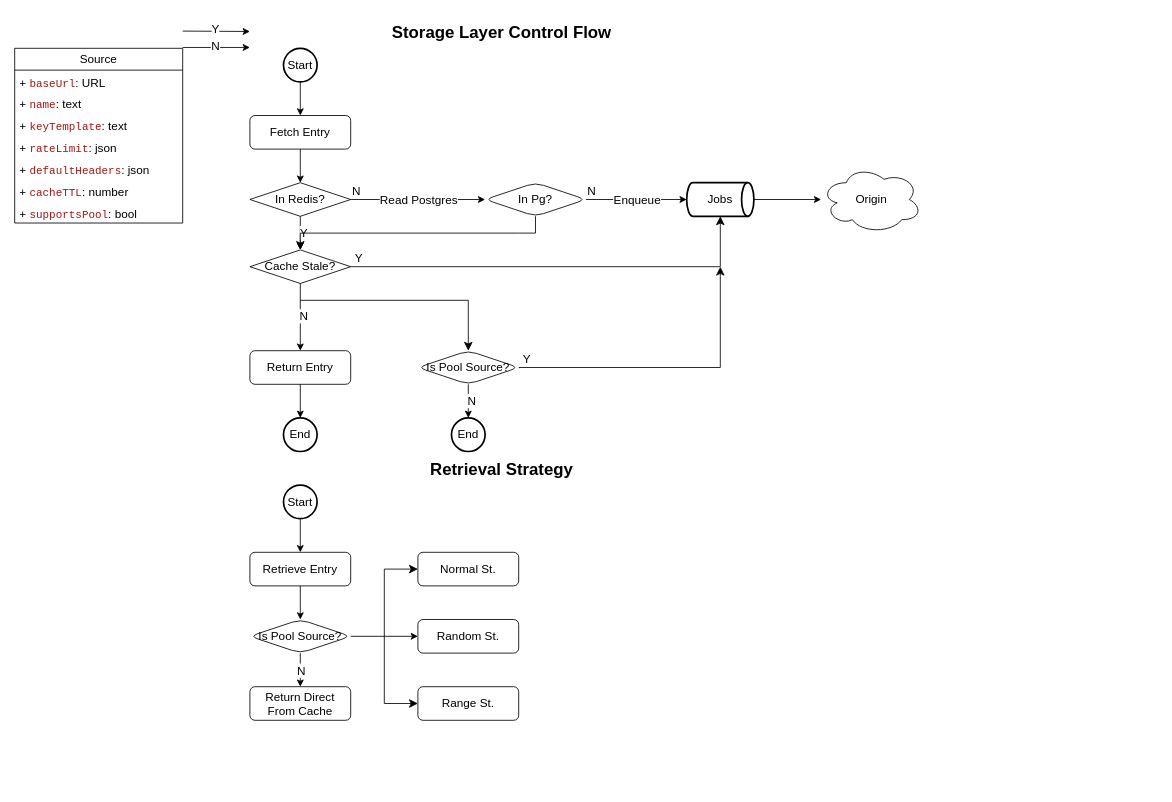
Earlier version of the draw.io diagram page "Storage Layer" (4 of 5) of docs/buffetd.drawio (Buffetd/buffetd). Source tidied: cells renumbered, new cells numbered last; positions are measured from the earlier drawing's top-left corner, leaving out a move shared by most shapes. Both pictures are drawn from the tidied source at 84%, with x=0, y=0 at pixel (14, 14).
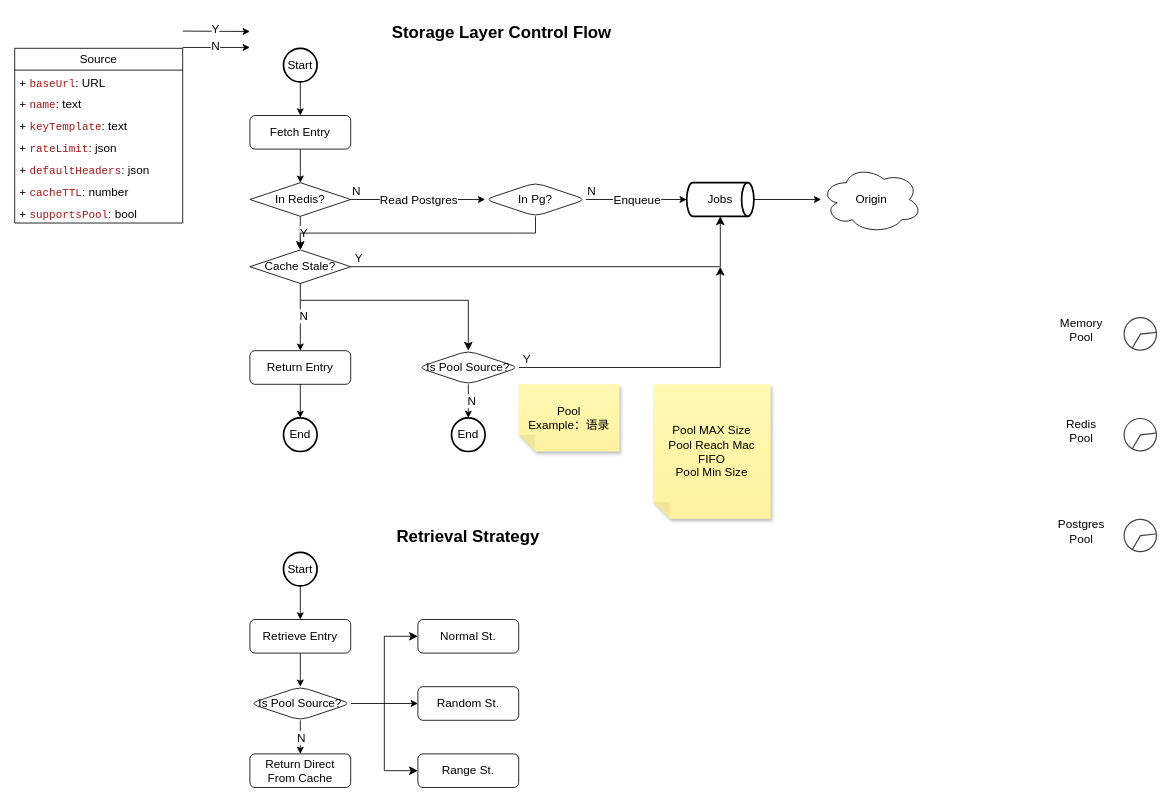
Above is the later version.

Change to the diagram source:
```diff
@@
     <mxCell id="49" value="Start" style="strokeWidth=2;html=1;shape=mxgraph.flowchart.start_1;whiteSpace=wrap;fontFamily=Helvetica;fontSize=14;fontColor=default;labelBackgroundColor=default;" parent="1" vertex="1">
-      <mxGeometry x="320" y="560" width="40" height="40" as="geometry" />
+      <mxGeometry x="320" y="640" width="40" height="40" as="geometry" />
     </mxCell>
@@
     <mxCell id="51" value="Retrieve Entry" style="rounded=1;whiteSpace=wrap;html=1;fontSize=14;" parent="1" vertex="1">
-      <mxGeometry x="280" y="640" width="120" height="40" as="geometry" />
+      <mxGeometry x="280" y="720" width="120" height="40" as="geometry" />
     </mxCell>
     <mxCell id="52" value="Is Pool Source?" style="rhombus;whiteSpace=wrap;html=1;fontSize=14;rounded=1;" parent="1" vertex="1">
-      <mxGeometry x="280" y="720" width="120" height="40" as="geometry" />
+      <mxGeometry x="280" y="800" width="120" height="40" as="geometry" />
     </mxCell>
     <mxCell id="53" style="endArrow=classic;html=1;fontSize=14;exitX=0.5;exitY=1;exitDx=0;exitDy=0;" parent="1" edge="1" source="52">
       <mxGeometry relative="1" as="geometry">
-        <mxPoint x="340" y="800" as="targetPoint" />
+        <mxPoint x="340" y="880" as="targetPoint" />
       </mxGeometry>
     </mxCell>
@@
     <mxCell id="55" value="Return Direct From Cache" style="rounded=1;whiteSpace=wrap;html=1;fontSize=14;" parent="1" vertex="1">
-      <mxGeometry x="280" y="800" width="120" height="40" as="geometry" />
+      <mxGeometry x="280" y="880" width="120" height="40" as="geometry" />
     </mxCell>
     <mxCell id="56" style="group;" parent="1" vertex="1">
-      <mxGeometry x="400" y="660" width="80" height="160" as="geometry" />
+      <mxGeometry x="400" y="740" width="80" height="160" as="geometry" />
     </mxCell>
@@
     <mxCell id="60" value="Normal St." style="rounded=1;whiteSpace=wrap;html=1;fontSize=14;" parent="1" vertex="1">
-      <mxGeometry x="480" y="640" width="120" height="40" as="geometry" />
+      <mxGeometry x="480" y="720" width="120" height="40" as="geometry" />
     </mxCell>
     <mxCell id="61" value="Random St." style="rounded=1;whiteSpace=wrap;html=1;fontSize=14;" parent="1" vertex="1">
-      <mxGeometry x="480" y="720" width="120" height="40" as="geometry" />
+      <mxGeometry x="480" y="800" width="120" height="40" as="geometry" />
     </mxCell>
     <mxCell id="62" value="Range St." style="rounded=1;whiteSpace=wrap;html=1;fontSize=14;" parent="1" vertex="1">
-      <mxGeometry x="480" y="800" width="120" height="40" as="geometry" />
+      <mxGeometry x="480" y="880" width="120" height="40" as="geometry" />
     </mxCell>
     <mxCell id="63" value="&lt;font style=&quot;font-size: 20px;&quot;&gt;&lt;b&gt;Retrieval Strategy&lt;/b&gt;&lt;/font&gt;" style="text;html=1;whiteSpace=wrap;strokeColor=none;fillColor=none;align=center;verticalAlign=middle;rounded=0;fontSize=14;" parent="1" vertex="1">
-      <mxGeometry x="440" y="520" width="280" height="40" as="geometry" />
+      <mxGeometry x="400" y="600" width="280" height="40" as="geometry" />
     </mxCell>
+    <mxCell id="64" value="Pool&lt;div&gt;Example：语录&lt;/div&gt;" style="shape=note;whiteSpace=wrap;html=1;backgroundOutline=1;fontColor=#000000;darkOpacity=0.05;fillColor=#FFF9B2;strokeColor=none;fillStyle=solid;direction=west;gradientDirection=north;gradientColor=#FFF2A1;shadow=1;size=20;fontSize=14;" parent="1" vertex="1">
+      <mxGeometry x="600" y="440" width="120" height="80" as="geometry" />
+    </mxCell>
+    <mxCell id="65" value="Pool MAX Size&lt;div&gt;Pool Reach Mac FIFO&lt;br&gt;&lt;div&gt;Pool Min Size&lt;/div&gt;&lt;/div&gt;" style="shape=note;whiteSpace=wrap;html=1;backgroundOutline=1;fontColor=#000000;darkOpacity=0.05;fillColor=#FFF9B2;strokeColor=none;fillStyle=solid;direction=west;gradientDirection=north;gradientColor=#FFF2A1;shadow=1;size=20;fontSize=14;" parent="1" vertex="1">
+      <mxGeometry x="760" y="440" width="140" height="160" as="geometry" />
+    </mxCell>
+    <mxCell id="66" style="sketch=0;shadow=0;dashed=0;html=1;strokeColor=none;fillColor=#434445;labelPosition=center;verticalLabelPosition=bottom;verticalAlign=top;align=center;shape=mxgraph.vvd.resource_pool;fontSize=14;" parent="1" vertex="1">
+      <mxGeometry x="1320" y="360" width="40" height="40" as="geometry" />
+    </mxCell>
+    <mxCell id="67" style="sketch=0;shadow=0;dashed=0;html=1;strokeColor=none;fillColor=#434445;labelPosition=center;verticalLabelPosition=bottom;verticalAlign=top;align=center;shape=mxgraph.vvd.resource_pool;fontSize=14;" parent="1" vertex="1">
+      <mxGeometry x="1320" y="480" width="40" height="40" as="geometry" />
+    </mxCell>
+    <mxCell id="68" style="sketch=0;shadow=0;dashed=0;html=1;strokeColor=none;fillColor=#434445;labelPosition=center;verticalLabelPosition=bottom;verticalAlign=top;align=center;shape=mxgraph.vvd.resource_pool;fontSize=14;" parent="1" vertex="1">
+      <mxGeometry x="1320" y="600" width="40" height="40" as="geometry" />
+    </mxCell>
+    <mxCell id="69" value="Memory Pool" style="text;html=1;whiteSpace=wrap;strokeColor=none;fillColor=none;align=center;verticalAlign=middle;rounded=0;fontSize=14;" parent="1" vertex="1">
+      <mxGeometry x="1240" y="360" width="60" height="30" as="geometry" />
+    </mxCell>
+    <mxCell id="70" value="Redis Pool" style="text;html=1;whiteSpace=wrap;strokeColor=none;fillColor=none;align=center;verticalAlign=middle;rounded=0;fontSize=14;" parent="1" vertex="1">
+      <mxGeometry x="1240" y="480" width="60" height="30" as="geometry" />
+    </mxCell>
+    <mxCell id="71" value="Postgres Pool" style="text;html=1;whiteSpace=wrap;strokeColor=none;fillColor=none;align=center;verticalAlign=middle;rounded=0;fontSize=14;" parent="1" vertex="1">
+      <mxGeometry x="1240" y="600" width="60" height="30" as="geometry" />
+    </mxCell>
```
